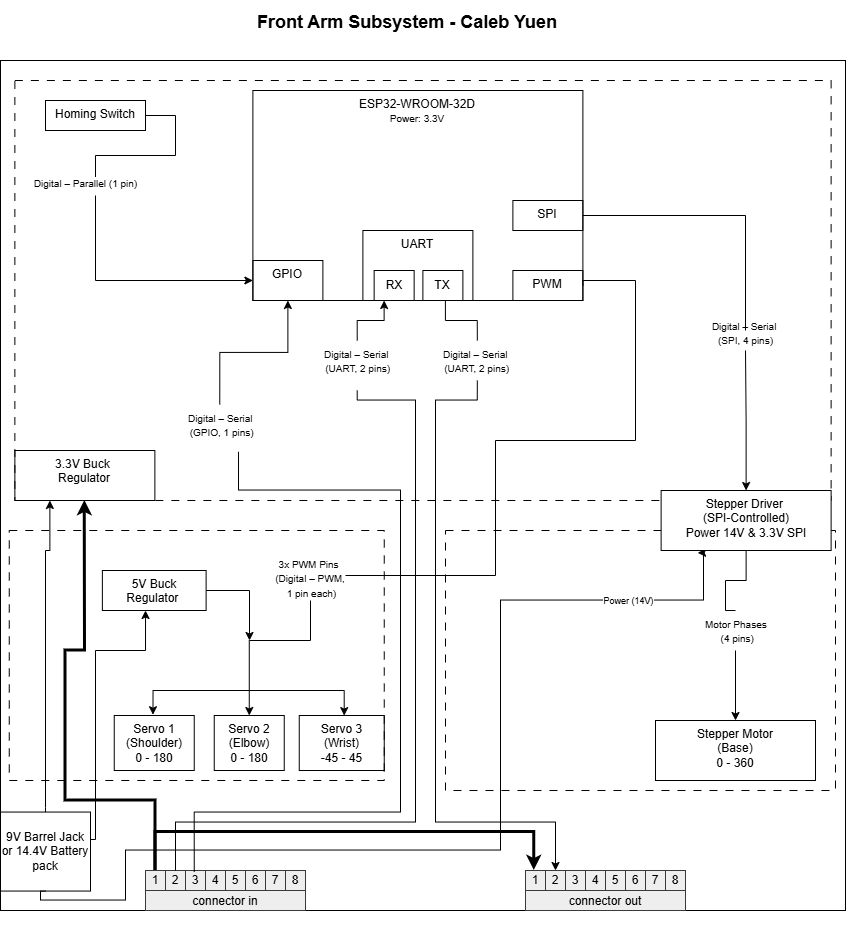
Above: docs/02-Block-Diagram/FrontArmSubsystem.png in cyuen808/cyuen808.EGR314.github.io (draw.io), before the change. Source tidied: cells renumbered, new cells last; positions are measured from the earlier drawing's top-left corner, leaving out a move shared by most shapes.
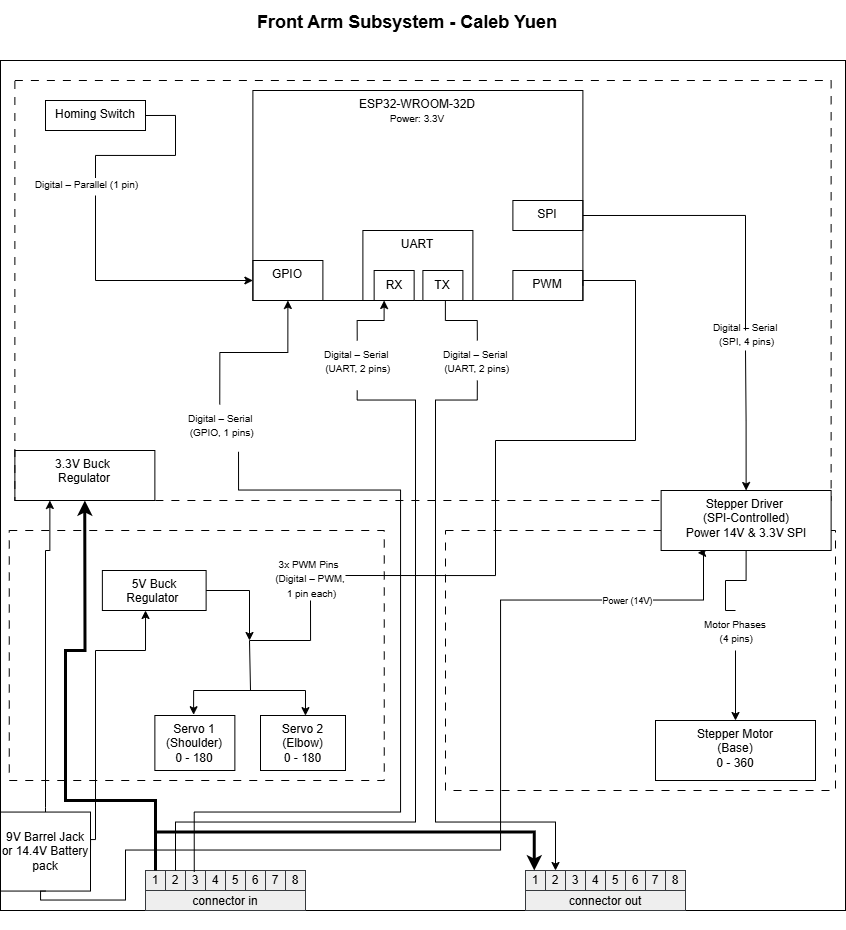
The same file after the commit.

Commit message:
Update Front Arm Subsystem diagram: replace existing PNG file with updated version

Diff of the diagram source:
```diff
@@ -86,19 +86,16 @@
     <mxCell id="18" style="edgeStyle=orthogonalEdgeStyle;rounded=0;jettySize=auto;html=1;exitX=0.484;exitY=-0.014;exitDx=0;exitDy=0;entryX=0.529;entryY=0.002;entryDx=0;entryDy=0;startArrow=classic;startFill=1;entryPerimeter=0;exitPerimeter=0;" parent="1" edge="1" source="19" target="21">
       <mxGeometry relative="1" as="geometry">
         <Array as="points">
-          <mxPoint x="152.2" y="690" />
-          <mxPoint x="344.2" y="690" />
+          <mxPoint x="193" y="690" />
+          <mxPoint x="305" y="690" />
         </Array>
       </mxGeometry>
     </mxCell>
     <mxCell id="19" value="Servo 1&lt;div&gt;(Shoulder)&lt;/div&gt;&lt;div&gt;0 - 180&lt;/div&gt;" style="rounded=0;whiteSpace=wrap;html=1;fillColor=none;verticalAlign=top;" parent="1" vertex="1">
-      <mxGeometry x="113.8" y="715" width="80" height="55" as="geometry" />
+      <mxGeometry x="154.4" y="715" width="80" height="55" as="geometry" />
     </mxCell>
-    <mxCell id="20" value="Servo 2&lt;div&gt;(Elbow)&lt;/div&gt;&lt;div&gt;0 - 180&lt;/div&gt;" style="rounded=0;whiteSpace=wrap;html=1;fillColor=none;verticalAlign=top;" parent="1" vertex="1">
-      <mxGeometry x="213.8" y="715" width="70" height="55" as="geometry" />
-    </mxCell>
-    <mxCell id="21" value="Servo 3&lt;div&gt;(Wrist)&lt;/div&gt;&lt;div&gt;-45 - 45&lt;/div&gt;" style="rounded=0;whiteSpace=wrap;html=1;fillColor=none;verticalAlign=top;" parent="1" vertex="1">
-      <mxGeometry x="298.8" y="715" width="85" height="55" as="geometry" />
+    <mxCell id="21" value="Servo 2&lt;div&gt;(Elbow)&lt;/div&gt;&lt;div&gt;0 - 180&lt;/div&gt;" style="rounded=0;whiteSpace=wrap;html=1;fillColor=none;verticalAlign=top;" parent="1" vertex="1">
+      <mxGeometry x="260" y="715" width="85" height="55" as="geometry" />
     </mxCell>
     <mxCell id="22" value="&lt;font size=&quot;1&quot;&gt;Digital – Serial&amp;nbsp;&lt;/font&gt;&lt;div&gt;&lt;font size=&quot;1&quot;&gt;(SPI, 4 pins)&lt;/font&gt;&lt;/div&gt;" style="edgeLabel;html=1;align=center;verticalAlign=middle;" parent="1" vertex="1">
       <mxGeometry x="675" y="340" as="geometry">
@@ -120,8 +117,9 @@
     <mxCell id="25" value="&lt;div style=&quot;text-align: center;&quot;&gt;&lt;span style=&quot;background-color: transparent; text-wrap-mode: nowrap;&quot;&gt;&lt;font size=&quot;1&quot;&gt;Motor Phases&amp;nbsp;&lt;/font&gt;&lt;/span&gt;&lt;/div&gt;&lt;div style=&quot;text-align: center;&quot;&gt;&lt;span style=&quot;background-color: transparent; text-wrap-mode: nowrap;&quot;&gt;&lt;font size=&quot;1&quot;&gt;(4 pins)&lt;/font&gt;&lt;/span&gt;&lt;/div&gt;" style="text;whiteSpace=wrap;html=1;" parent="1" vertex="1">
       <mxGeometry x="702.5" y="610" width="65" height="40" as="geometry" />
     </mxCell>
-    <mxCell id="26" style="edgeStyle=orthogonalEdgeStyle;rounded=0;jettySize=auto;html=1;entryX=0.5;entryY=1;entryDx=0;entryDy=0;startArrow=classic;startFill=1;endArrow=none;endFill=0;" parent="1" edge="1" source="20" target="23">
+    <mxCell id="26" style="edgeStyle=orthogonalEdgeStyle;rounded=0;jettySize=auto;html=1;entryX=0.5;entryY=1;entryDx=0;entryDy=0;startArrow=none;startFill=0;endArrow=none;endFill=0;" parent="1" edge="1" target="23">
       <mxGeometry relative="1" as="geometry">
+        <mxPoint x="250" y="690" as="sourcePoint" />
         <Array as="points">
           <mxPoint x="249" y="640" />
           <mxPoint x="310" y="640" />
@@ -140,7 +138,12 @@
       </mxGeometry>
     </mxCell>
     <mxCell id="30" style="edgeStyle=orthogonalEdgeStyle;rounded=0;jettySize=auto;html=1;exitX=0.5;exitY=1;exitDx=0;exitDy=0;entryX=1;entryY=0.5;entryDx=0;entryDy=0;endArrow=none;endFill=0;strokeColor=none;startArrow=classic;startFill=1;" parent="1" edge="1" source="31" target="11">
-      <mxGeometry relative="1" as="geometry" />
+      <mxGeometry relative="1" as="geometry">
+        <Array as="points">
+          <mxPoint x="190" y="610" />
+          <mxPoint x="190" y="851" />
+        </Array>
+      </mxGeometry>
     </mxCell>
     <mxCell id="31" value="5V Buck Regulator&amp;nbsp;" style="rounded=0;whiteSpace=wrap;html=1;fillColor=none;verticalAlign=top;" parent="1" vertex="1">
       <mxGeometry x="101.9" y="570" width="103.8" height="40" as="geometry" />
```
